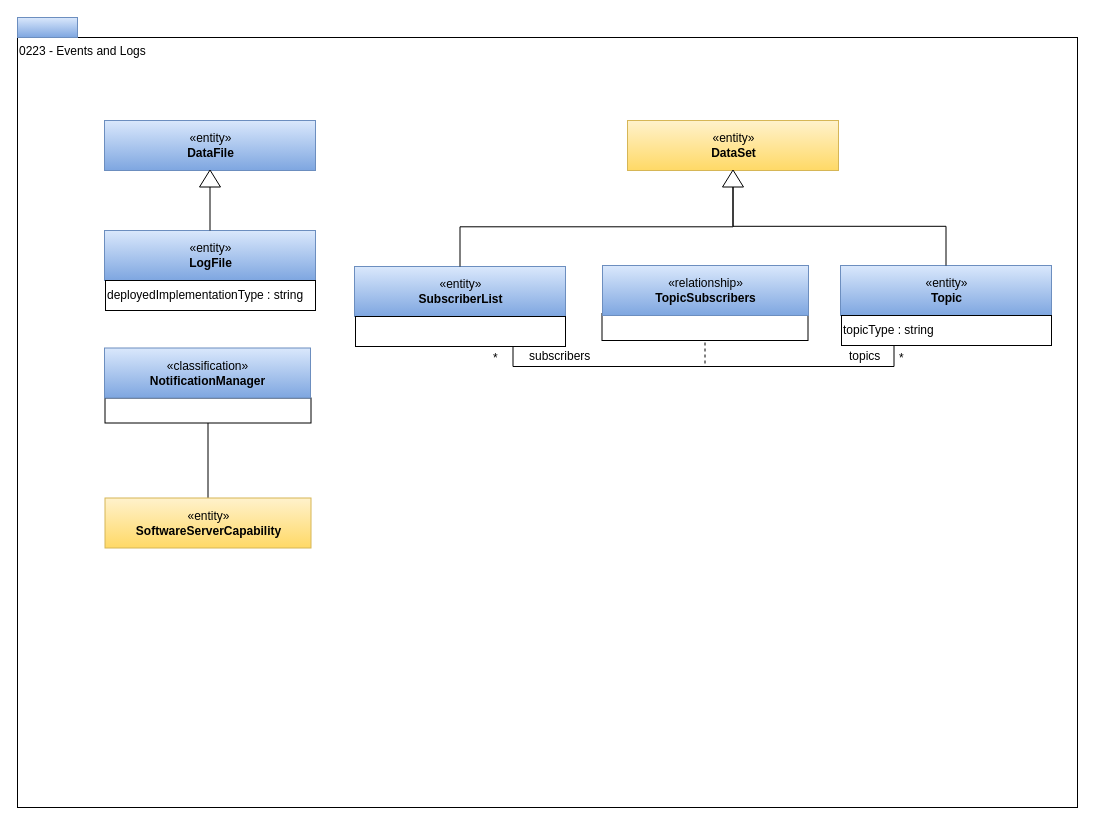
odpi/egeria keeps this draw.io diagram as page "0223-Events-and-Logs" (11 of 21) of open-metadata-publication/website/open-metadata-types/area-2-assets.drawio. Above is the earlier version. Source tidied: cells renumbered, new cells numbered last; positions are measured from the earlier drawing's top-left corner, leaving out a move shared by most shapes. Both pictures are drawn from the tidied source at 100%, with x=0, y=0 at pixel (17, 17).
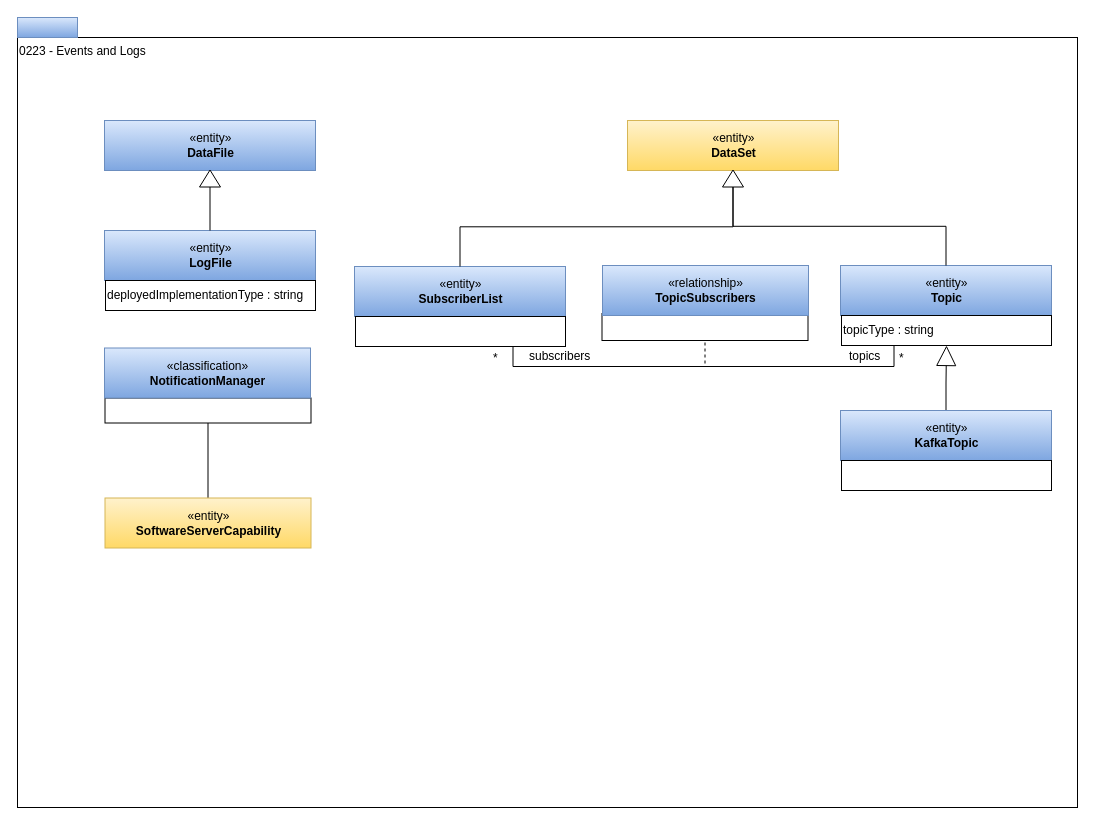
After the change.

The change refers to these unchanged cells:
```xml
<mxCell id="14" value="topicType : string" style="rounded=0;whiteSpace=wrap;html=1;strokeColor=#000000;gradientColor=#ffffff;align=left;" parent="1" vertex="1">
  <mxGeometry x="824" y="298" width="210" height="30" as="geometry" />
</mxCell>
```

Change to the diagram source:
```diff
@@
+    <mxCell id="29" style="edgeStyle=orthogonalEdgeStyle;rounded=0;jettySize=auto;html=1;entryX=0.5;entryY=1;entryDx=0;entryDy=0;endArrow=block;endFill=0;endSize=18;" parent="1" edge="1" source="30" target="14">
+      <mxGeometry relative="1" as="geometry" />
+    </mxCell>
+    <mxCell id="30" value="«entity»&lt;br&gt;&lt;b&gt;KafkaTopic&lt;/b&gt;" style="html=1;strokeColor=#6c8ebf;align=center;fillColor=#dae8fc;gradientColor=#7ea6e0;" parent="1" vertex="1">
+      <mxGeometry x="823" y="393" width="211" height="50" as="geometry" />
+    </mxCell>
+    <mxCell id="31" style="rounded=0;whiteSpace=wrap;html=1;strokeColor=#000000;gradientColor=#ffffff;align=left;" parent="1" vertex="1">
+      <mxGeometry x="824" y="443" width="210" height="30" as="geometry" />
+    </mxCell>
```
